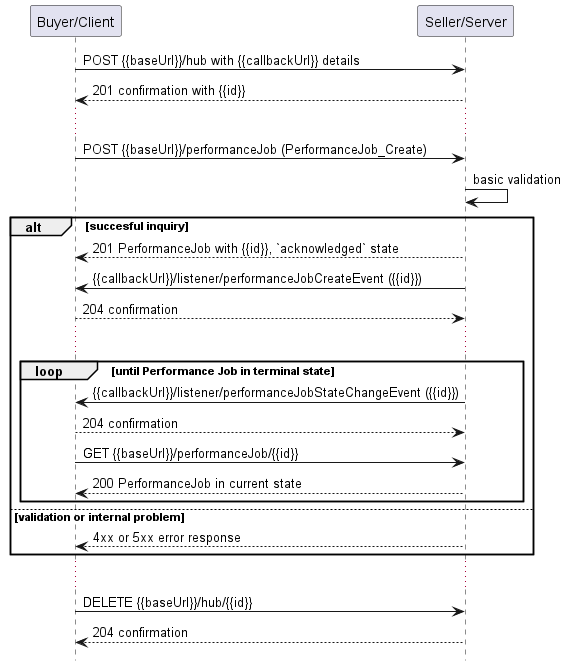
MEF-GIT/MEF-LSO-Legato-SDK keeps this PlantUML diagram as documentation/serviceApi/pm/performance/media/useCase6Notification.png. Above is the earlier version.
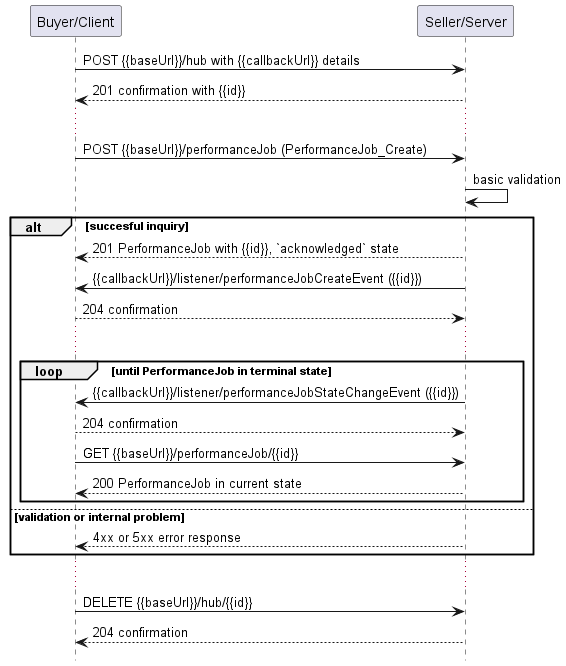
Above is the later version.

Change to the diagram source:
```diff
@@ -18,7 +18,7 @@
 
   ...
 
-  group loop [until Performance Job in terminal state]
+  group loop [until PerformanceJob in terminal state]
       S -> B: {{callbackUrl}}/listener/performanceJobStateChangeEvent ({{id}})
       B --> S: 204 confirmation
       B -> S:   GET {{baseUrl}}/performanceJob/{{id}}
```
